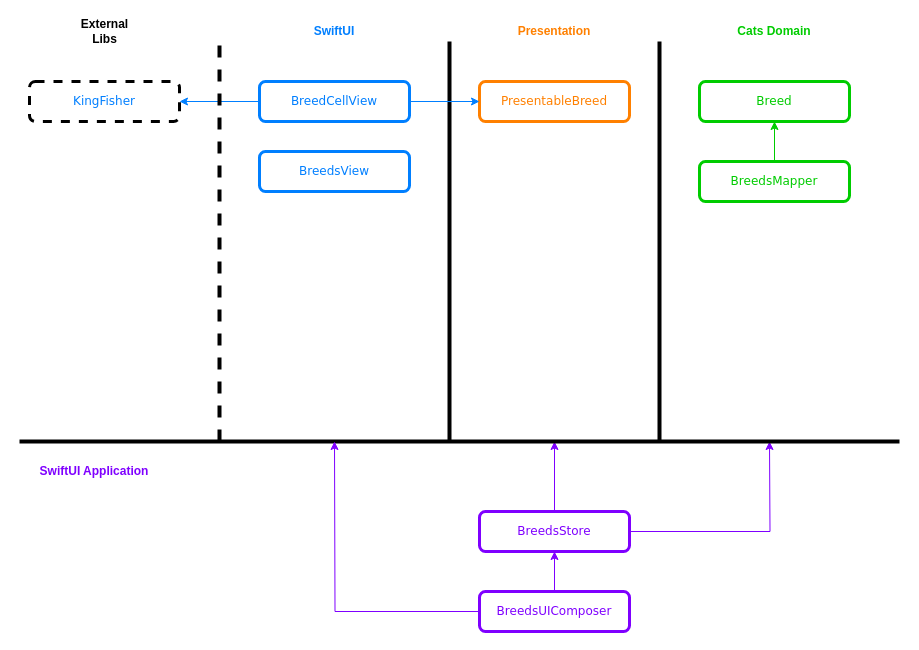
Above: CatsApp.drawio in AlfredoHernandez/CatsApp (draw.io), before the change. Source tidied: cells renumbered, new cells numbered last; positions are measured from the earlier drawing's top-left corner, leaving out a move shared by most shapes. Both pictures are drawn from the tidied source at 100%, with x=0, y=0 at pixel (19, 21).
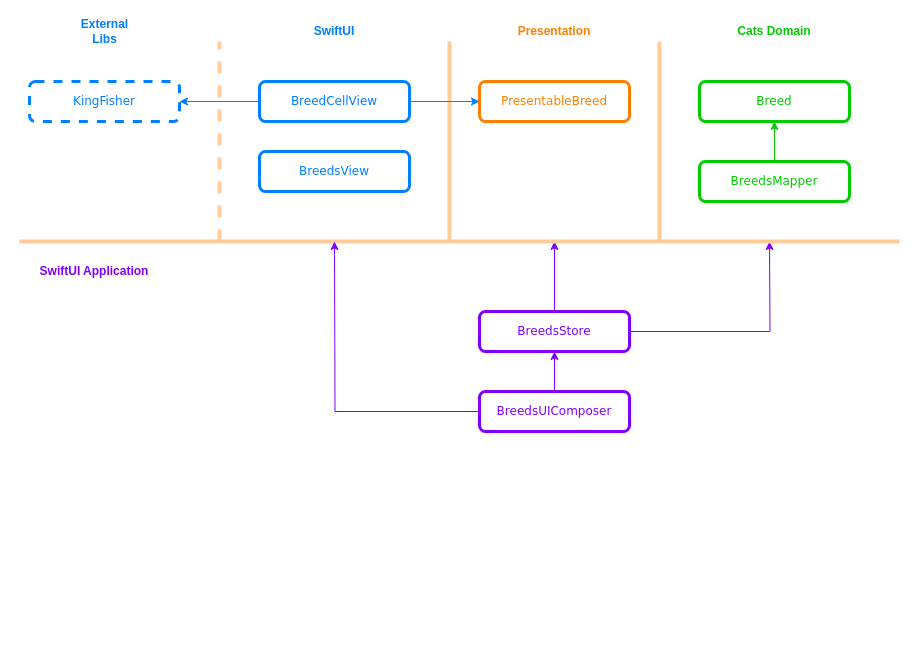
Above is the later version.

Change to the diagram source:
```diff
@@
-    <mxCell id="6" style="endArrow=none;html=1;strokeWidth=4;" parent="1" edge="1">
+    <mxCell id="6" style="endArrow=none;html=1;strokeWidth=4;strokeColor=#FFCC99;" parent="1" edge="1">
       <mxGeometry relative="1" as="geometry">
-        <mxPoint x="640" y="420" as="sourcePoint" />
+        <mxPoint x="640" y="220" as="sourcePoint" />
         <mxPoint x="640" y="20" as="targetPoint" />
       </mxGeometry>
     </mxCell>
-    <mxCell id="7" style="endArrow=none;html=1;strokeWidth=4;" parent="1" edge="1">
+    <mxCell id="7" style="endArrow=none;html=1;strokeWidth=4;strokeColor=#FFCC99;" parent="1" edge="1">
       <mxGeometry relative="1" as="geometry">
-        <mxPoint x="430" y="420" as="sourcePoint" />
+        <mxPoint x="430" y="220" as="sourcePoint" />
         <mxPoint x="430" y="20" as="targetPoint" />
       </mxGeometry>
     </mxCell>
@@
     <mxCell id="12" style="edgeStyle=orthogonalEdgeStyle;rounded=0;jettySize=auto;html=1;strokeColor=#7F00FF;strokeWidth=1;" parent="1" edge="1" source="14">
       <mxGeometry relative="1" as="geometry">
-        <mxPoint x="750" y="420" as="targetPoint" />
+        <mxPoint x="750" y="220" as="targetPoint" />
       </mxGeometry>
     </mxCell>
     <mxCell id="13" style="edgeStyle=orthogonalEdgeStyle;rounded=0;jettySize=auto;html=1;strokeColor=#7F00FF;strokeWidth=1;" parent="1" edge="1" source="14">
       <mxGeometry relative="1" as="geometry">
-        <mxPoint x="535" y="420" as="targetPoint" />
+        <mxPoint x="535" y="220" as="targetPoint" />
       </mxGeometry>
     </mxCell>
     <mxCell id="14" value="&lt;font face=&quot;Verdana&quot; color=&quot;#7f00ff&quot;&gt;BreedsStore&lt;/font&gt;" style="rounded=1;whiteSpace=wrap;html=1;fillColor=none;strokeWidth=3;strokeColor=#7F00FF;" parent="1" vertex="1">
-      <mxGeometry x="460" y="490" width="150" height="40" as="geometry" />
+      <mxGeometry x="460" y="290" width="150" height="40" as="geometry" />
     </mxCell>
-    <mxCell id="15" style="endArrow=none;html=1;strokeWidth=4;dashed=1;" parent="1" edge="1">
+    <mxCell id="15" style="endArrow=none;html=1;strokeWidth=4;dashed=1;strokeColor=#FFCC99;" parent="1" edge="1">
       <mxGeometry relative="1" as="geometry">
-        <mxPoint x="200" y="420" as="sourcePoint" />
+        <mxPoint x="200" y="220" as="sourcePoint" />
         <mxPoint x="200" y="20" as="targetPoint" />
       </mxGeometry>
     </mxCell>
-    <mxCell id="16" value="&lt;font color=&quot;#007fff&quot; face=&quot;Verdana&quot;&gt;&lt;span&gt;KingFisher&lt;/span&gt;&lt;/font&gt;" style="rounded=1;whiteSpace=wrap;html=1;fillColor=none;strokeWidth=3;dashed=1;" parent="1" vertex="1">
+    <mxCell id="16" value="&lt;font color=&quot;#007fff&quot; face=&quot;Verdana&quot;&gt;&lt;span&gt;KingFisher&lt;/span&gt;&lt;/font&gt;" style="rounded=1;whiteSpace=wrap;html=1;fillColor=none;strokeWidth=3;dashed=1;strokeColor=#007FFF;" parent="1" vertex="1">
       <mxGeometry x="10" y="60" width="150" height="40" as="geometry" />
     </mxCell>
@@
-    <mxCell id="20" style="endArrow=none;html=1;strokeWidth=4;" parent="1" edge="1">
+    <mxCell id="20" style="endArrow=none;html=1;strokeWidth=4;strokeColor=#FFCC99;" parent="1" edge="1">
       <mxGeometry relative="1" as="geometry">
-        <mxPoint x="880" y="420" as="sourcePoint" />
-        <mxPoint y="420" as="targetPoint" />
+        <mxPoint x="880" y="220" as="sourcePoint" />
+        <mxPoint y="220" as="targetPoint" />
       </mxGeometry>
     </mxCell>
     <mxCell id="21" value="&lt;b&gt;&lt;font color=&quot;#7f00ff&quot;&gt;SwiftUI Application&lt;/font&gt;&lt;/b&gt;" style="text;html=1;strokeColor=none;fillColor=none;align=center;verticalAlign=middle;whiteSpace=wrap;rounded=0;dashed=1;" parent="1" vertex="1">
-      <mxGeometry y="440" width="150" height="20" as="geometry" />
+      <mxGeometry y="240" width="150" height="20" as="geometry" />
     </mxCell>
@@
     <mxCell id="23" style="edgeStyle=orthogonalEdgeStyle;rounded=0;jettySize=auto;html=1;strokeColor=#7F00FF;strokeWidth=1;exitX=0;exitY=0.5;exitDx=0;exitDy=0;" parent="1" edge="1" source="24">
       <mxGeometry relative="1" as="geometry">
-        <mxPoint x="315" y="420" as="targetPoint" />
+        <mxPoint x="315" y="220" as="targetPoint" />
       </mxGeometry>
     </mxCell>
     <mxCell id="24" value="&lt;font face=&quot;Verdana&quot; color=&quot;#7f00ff&quot;&gt;BreedsUIComposer&lt;/font&gt;" style="rounded=1;whiteSpace=wrap;html=1;fillColor=none;strokeWidth=3;strokeColor=#7F00FF;" parent="1" vertex="1">
-      <mxGeometry x="460" y="570" width="150" height="40" as="geometry" />
+      <mxGeometry x="460" y="370" width="150" height="40" as="geometry" />
     </mxCell>
-    <mxCell id="25" value="&lt;b&gt;External Libs&lt;/b&gt;" style="text;html=1;strokeColor=none;fillColor=none;align=center;verticalAlign=middle;whiteSpace=wrap;rounded=0;dashed=1;" parent="1" vertex="1">
+    <mxCell id="25" value="&lt;b&gt;&lt;font color=&quot;#007fff&quot;&gt;External Libs&lt;/font&gt;&lt;/b&gt;" style="text;html=1;strokeColor=none;fillColor=none;align=center;verticalAlign=middle;whiteSpace=wrap;rounded=0;dashed=1;" parent="1" vertex="1">
       <mxGeometry x="67.5" width="35" height="20" as="geometry" />
     </mxCell>
```
